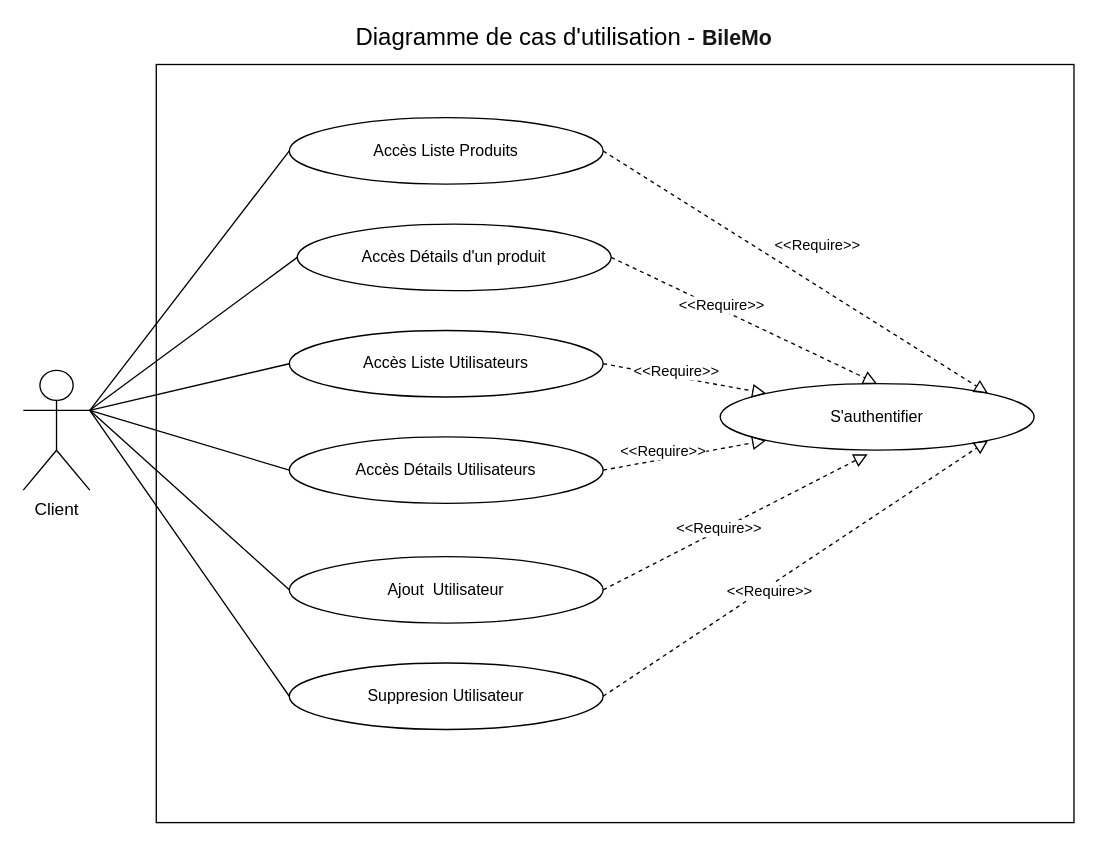
This is UML/diagram-use-case.drawio from avamdui/P7-API, a draw.io file, before an edit. Source tidied: cells renumbered, new cells numbered last; positions are measured from the earlier drawing's top-left corner, leaving out a move shared by most shapes. Both pictures are drawn from the tidied source at 133%, with x=0, y=0 at pixel (23, 24).
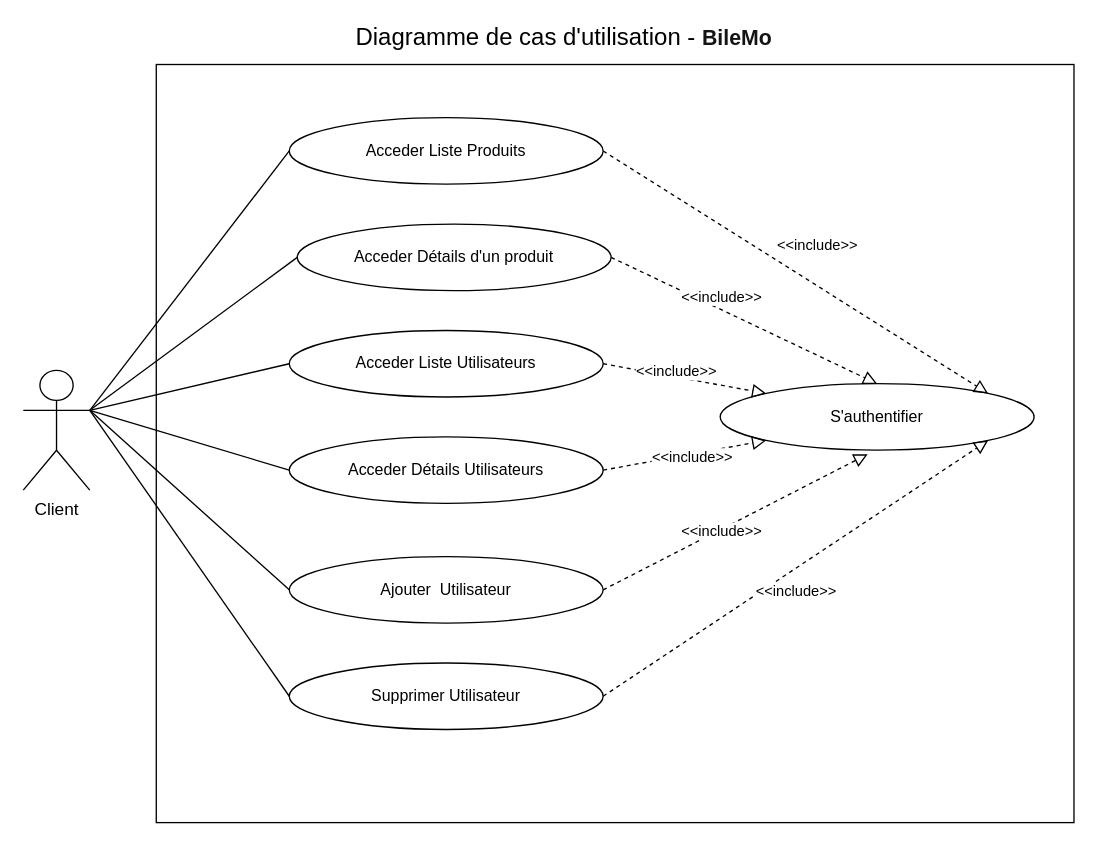
Above is the later version.

Commit message (it also covers changes not shown here):
Mise a jour UML

The change refers to these unchanged cells:
```xml
<mxCell id="10" style="endArrow=block;startArrow=none;endFill=0;startFill=0;endSize=8;html=1;verticalAlign=bottom;dashed=1;labelBackgroundColor=none;rounded=0;exitX=1;exitY=0.5;exitDx=0;exitDy=0;entryX=1;entryY=0;entryDx=0;entryDy=0;" parent="1" edge="1" source="7" target="9">
  <mxGeometry relative="1" as="geometry" />
</mxCell>
```

Change to the diagram source:
```diff
@@
-    <mxCell id="5" value="Accès Détails d'un produit" style="ellipse;whiteSpace=wrap;html=1;" parent="1" vertex="1">
+    <mxCell id="5" value="Acceder Détails d'un produit" style="ellipse;whiteSpace=wrap;html=1;" parent="1" vertex="1">
       <mxGeometry x="206" y="150" width="236" height="50" as="geometry" />
     </mxCell>
@@
-    <mxCell id="7" value="Accès Liste Produits" style="ellipse;whiteSpace=wrap;html=1;" parent="1" vertex="1">
+    <mxCell id="7" value="Acceder Liste Produits" style="ellipse;whiteSpace=wrap;html=1;" parent="1" vertex="1">
       <mxGeometry x="200" y="70" width="236" height="50" as="geometry" />
     </mxCell>
@@
-    <mxCell id="11" value="&amp;lt;&amp;lt;Require&amp;gt;&amp;gt;" style="edgeLabel;html=1;align=center;verticalAlign=middle;" parent="10" vertex="1">
+    <mxCell id="11" value="&amp;lt;&amp;lt;include&amp;gt;&amp;gt;" style="edgeLabel;html=1;align=center;verticalAlign=middle;" parent="10" vertex="1">
       <mxGeometry x="-0.12" y="-2" relative="1" as="geometry">
         <mxPoint x="34" y="-12" as="offset" />
       </mxGeometry>
     </mxCell>
@@
-    <mxCell id="13" value="Accès Liste Utilisateurs" style="ellipse;whiteSpace=wrap;html=1;" parent="1" vertex="1">
+    <mxCell id="13" value="Acceder Liste Utilisateurs" style="ellipse;whiteSpace=wrap;html=1;" parent="1" vertex="1">
       <mxGeometry x="200" y="230" width="236" height="50" as="geometry" />
     </mxCell>
@@
-    <mxCell id="16" value="Accès Détails Utilisateurs" style="ellipse;whiteSpace=wrap;html=1;" parent="1" vertex="1">
+    <mxCell id="16" value="Acceder Détails Utilisateurs" style="ellipse;whiteSpace=wrap;html=1;" parent="1" vertex="1">
       <mxGeometry x="200" y="310" width="236" height="50" as="geometry" />
     </mxCell>
@@
-    <mxCell id="19" value="Ajout&amp;nbsp; Utilisateur" style="ellipse;whiteSpace=wrap;html=1;" parent="1" vertex="1">
+    <mxCell id="19" value="Ajouter&amp;nbsp; Utilisateur" style="ellipse;whiteSpace=wrap;html=1;" parent="1" vertex="1">
       <mxGeometry x="200" y="400" width="236" height="50" as="geometry" />
     </mxCell>
@@
-    <mxCell id="22" value="Suppresion Utilisateur" style="ellipse;whiteSpace=wrap;html=1;" parent="1" vertex="1">
+    <mxCell id="22" value="Supprimer Utilisateur" style="ellipse;whiteSpace=wrap;html=1;" parent="1" vertex="1">
       <mxGeometry x="200" y="480" width="236" height="50" as="geometry" />
     </mxCell>
@@
-    <mxCell id="25" value="&amp;lt;&amp;lt;Require&amp;gt;&amp;gt;" style="edgeLabel;html=1;align=center;verticalAlign=middle;" parent="1" vertex="1">
-      <mxGeometry x="524" y="210" as="geometry" />
-    </mxCell>
-    <mxCell id="26" value="&amp;lt;&amp;lt;Require&amp;gt;&amp;gt;" style="edgeLabel;html=1;align=center;verticalAlign=middle;" parent="1" vertex="1">
-      <mxGeometry x="490" y="260" as="geometry" />
-    </mxCell>
-    <mxCell id="27" value="&amp;lt;&amp;lt;Require&amp;gt;&amp;gt;" style="edgeLabel;html=1;align=center;verticalAlign=middle;" parent="1" vertex="1">
-      <mxGeometry x="480" y="320" as="geometry" />
-    </mxCell>
-    <mxCell id="28" value="&amp;lt;&amp;lt;Require&amp;gt;&amp;gt;" style="edgeLabel;html=1;align=center;verticalAlign=middle;" parent="1" vertex="1">
-      <mxGeometry x="635.9" y="204.6" as="geometry">
-        <mxPoint x="-113" y="174" as="offset" />
-      </mxGeometry>
-    </mxCell>
-    <mxCell id="29" value="&amp;lt;&amp;lt;Require&amp;gt;&amp;gt;" style="edgeLabel;html=1;align=center;verticalAlign=middle;" parent="1" vertex="1">
-      <mxGeometry x="560" y="425" as="geometry" />
-    </mxCell>
+    <mxCell id="30" value="&amp;lt;&amp;lt;include&amp;gt;&amp;gt;" style="edgeLabel;html=1;align=center;verticalAlign=middle;" parent="1" vertex="1">
+      <mxGeometry x="524" y="204.6" as="geometry" />
+    </mxCell>
+    <mxCell id="31" value="&amp;lt;&amp;lt;include&amp;gt;&amp;gt;" style="edgeLabel;html=1;align=center;verticalAlign=middle;" parent="1" vertex="1">
+      <mxGeometry x="490" y="260" as="geometry" />
+    </mxCell>
+    <mxCell id="32" value="&amp;lt;&amp;lt;include&amp;gt;&amp;gt;" style="edgeLabel;html=1;align=center;verticalAlign=middle;" parent="1" vertex="1">
+      <mxGeometry x="610" y="194.6" as="geometry">
+        <mxPoint x="-108" y="130" as="offset" />
+      </mxGeometry>
+    </mxCell>
+    <mxCell id="33" value="&amp;lt;&amp;lt;include&amp;gt;&amp;gt;" style="edgeLabel;html=1;align=center;verticalAlign=middle;" parent="1" vertex="1">
+      <mxGeometry x="524" y="380" as="geometry" />
+    </mxCell>
+    <mxCell id="34" value="&amp;lt;&amp;lt;include&amp;gt;&amp;gt;" style="edgeLabel;html=1;align=center;verticalAlign=middle;" parent="1" vertex="1">
+      <mxGeometry x="580" y="425" as="geometry" />
+    </mxCell>
```
